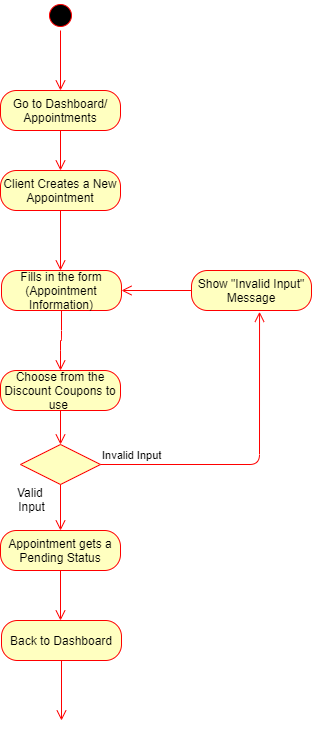
Above: Diagrams/Activity Diagrams FINAL/AC_29_Use Coupon.png in kkasharaj17/SE-project (draw.io), before the change. Source tidied: cells renumbered, new cells last; positions are measured from the earlier drawing's top-left corner, leaving out a move shared by most shapes. Its diagram source:
```xml
<mxGraphModel>
  <root>
    <mxCell id="0" />
    <mxCell id="1" parent="0" />
    <mxCell id="2" style="ellipse;html=1;shape=startState;fillColor=#000000;strokeColor=#ff0000;" parent="1" vertex="1">
      <mxGeometry x="45" width="30" height="30" as="geometry" />
    </mxCell>
    <mxCell id="3" style="edgeStyle=orthogonalEdgeStyle;html=1;verticalAlign=bottom;endArrow=open;endSize=8;strokeColor=#ff0000;" parent="1" edge="1" source="2">
      <mxGeometry relative="1" as="geometry">
        <mxPoint x="60" y="90" as="targetPoint" />
      </mxGeometry>
    </mxCell>
    <mxCell id="4" value="Go to Dashboard/ Appointments" style="rounded=1;whiteSpace=wrap;html=1;arcSize=40;fontColor=#000000;fillColor=#ffffc0;strokeColor=#ff0000;" parent="1" vertex="1">
      <mxGeometry y="90" width="120" height="40" as="geometry" />
    </mxCell>
    <mxCell id="5" style="edgeStyle=orthogonalEdgeStyle;html=1;verticalAlign=bottom;endArrow=open;endSize=8;strokeColor=#ff0000;" parent="1" edge="1" source="4">
      <mxGeometry relative="1" as="geometry">
        <mxPoint x="60" y="170" as="targetPoint" />
      </mxGeometry>
    </mxCell>
    <mxCell id="6" value="Client Creates a New Appointment" style="rounded=1;whiteSpace=wrap;html=1;arcSize=40;fontColor=#000000;fillColor=#ffffc0;strokeColor=#ff0000;" parent="1" vertex="1">
      <mxGeometry y="170" width="120" height="40" as="geometry" />
    </mxCell>
    <mxCell id="7" style="edgeStyle=orthogonalEdgeStyle;html=1;verticalAlign=bottom;endArrow=open;endSize=8;strokeColor=#ff0000;" parent="1" edge="1" source="6">
      <mxGeometry relative="1" as="geometry">
        <mxPoint x="60" y="270" as="targetPoint" />
      </mxGeometry>
    </mxCell>
    <mxCell id="8" value="Fills in the form (Appointment Information)" style="rounded=1;whiteSpace=wrap;html=1;arcSize=40;fontColor=#000000;fillColor=#ffffc0;strokeColor=#ff0000;" parent="1" vertex="1">
      <mxGeometry x="1" y="270" width="120" height="40" as="geometry" />
    </mxCell>
    <mxCell id="9" style="edgeStyle=orthogonalEdgeStyle;html=1;verticalAlign=bottom;endArrow=open;endSize=8;strokeColor=#ff0000;" parent="1" edge="1" source="8">
      <mxGeometry relative="1" as="geometry">
        <mxPoint x="60" y="370" as="targetPoint" />
      </mxGeometry>
    </mxCell>
    <mxCell id="10" style="rhombus;whiteSpace=wrap;html=1;fillColor=#ffffc0;strokeColor=#ff0000;" parent="1" vertex="1">
      <mxGeometry x="20" y="444" width="80" height="40" as="geometry" />
    </mxCell>
    <mxCell id="11" value="Invalid Input&amp;nbsp;" style="edgeStyle=orthogonalEdgeStyle;html=1;align=left;verticalAlign=bottom;endArrow=open;endSize=8;strokeColor=#ff0000;entryX=0.567;entryY=1.033;entryDx=0;entryDy=0;entryPerimeter=0;" parent="1" edge="1" source="10" target="14">
      <mxGeometry x="-1" relative="1" as="geometry" />
    </mxCell>
    <mxCell id="12" style="edgeStyle=orthogonalEdgeStyle;html=1;align=left;verticalAlign=top;endArrow=open;endSize=8;strokeColor=#ff0000;entryX=0.5;entryY=0;entryDx=0;entryDy=0;" parent="1" edge="1" source="10" target="16">
      <mxGeometry x="-1" relative="1" as="geometry" />
    </mxCell>
    <mxCell id="13" value="Valid&amp;nbsp;&lt;br&gt;Input" style="text;html=1;align=center;verticalAlign=middle;" parent="1" vertex="1">
      <mxGeometry x="11" y="484" width="40" height="30" as="geometry" />
    </mxCell>
    <mxCell id="14" value="Show &quot;Invalid Input&quot;&lt;br&gt;Message" style="rounded=1;whiteSpace=wrap;html=1;arcSize=40;fontColor=#000000;fillColor=#ffffc0;strokeColor=#ff0000;" parent="1" vertex="1">
      <mxGeometry x="191" y="270" width="120" height="40" as="geometry" />
    </mxCell>
    <mxCell id="15" style="edgeStyle=orthogonalEdgeStyle;html=1;verticalAlign=bottom;endArrow=open;endSize=8;strokeColor=#ff0000;" parent="1" edge="1" source="14">
      <mxGeometry relative="1" as="geometry">
        <mxPoint x="121" y="290" as="targetPoint" />
      </mxGeometry>
    </mxCell>
    <mxCell id="16" value="Appointment gets a Pending Status" style="rounded=1;whiteSpace=wrap;html=1;arcSize=40;fontColor=#000000;fillColor=#ffffc0;strokeColor=#ff0000;" parent="1" vertex="1">
      <mxGeometry y="530" width="120" height="40" as="geometry" />
    </mxCell>
    <mxCell id="17" style="edgeStyle=orthogonalEdgeStyle;html=1;verticalAlign=bottom;endArrow=open;endSize=8;strokeColor=#ff0000;exitX=0.5;exitY=1;exitDx=0;exitDy=0;" parent="1" edge="1" source="16">
      <mxGeometry relative="1" as="geometry">
        <mxPoint x="60" y="620" as="targetPoint" />
      </mxGeometry>
    </mxCell>
    <mxCell id="18" value="Choose from the Discount Coupons to use&amp;nbsp;" style="rounded=1;whiteSpace=wrap;html=1;arcSize=40;fontColor=#000000;fillColor=#ffffc0;strokeColor=#ff0000;" parent="1" vertex="1">
      <mxGeometry y="370" width="120" height="40" as="geometry" />
    </mxCell>
    <mxCell id="19" style="edgeStyle=orthogonalEdgeStyle;html=1;verticalAlign=bottom;endArrow=open;endSize=8;strokeColor=#ff0000;entryX=0.5;entryY=0;entryDx=0;entryDy=0;" parent="1" edge="1" source="18" target="10">
      <mxGeometry relative="1" as="geometry">
        <Array as="points">
          <mxPoint x="60" y="390" />
          <mxPoint x="60" y="444" />
        </Array>
      </mxGeometry>
    </mxCell>
    <mxCell id="20" value="Back to Dashboard" style="rounded=1;whiteSpace=wrap;html=1;arcSize=40;fontColor=#000000;fillColor=#ffffc0;strokeColor=#ff0000;" parent="1" vertex="1">
      <mxGeometry x="1" y="620" width="120" height="40" as="geometry" />
    </mxCell>
    <mxCell id="21" style="edgeStyle=orthogonalEdgeStyle;html=1;verticalAlign=bottom;endArrow=open;endSize=8;strokeColor=#ff0000;" parent="1" edge="1" source="20">
      <mxGeometry relative="1" as="geometry">
        <mxPoint x="61" y="720" as="targetPoint" />
      </mxGeometry>
    </mxCell>
  </root>
</mxGraphModel>
```
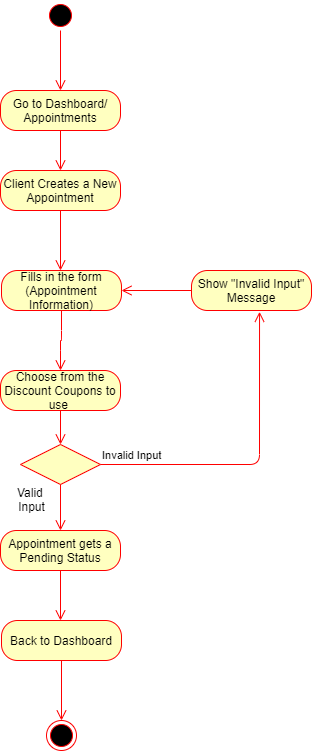
After the change.

What changed in the source:
```diff
@@ -81,5 +81,8 @@
         <mxPoint x="61" y="720" as="targetPoint" />
       </mxGeometry>
     </mxCell>
+    <mxCell id="22" style="ellipse;html=1;shape=endState;fillColor=#000000;strokeColor=#ff0000;" parent="1" vertex="1">
+      <mxGeometry x="46" y="720" width="30" height="30" as="geometry" />
+    </mxCell>
   </root>
 </mxGraphModel>
```
